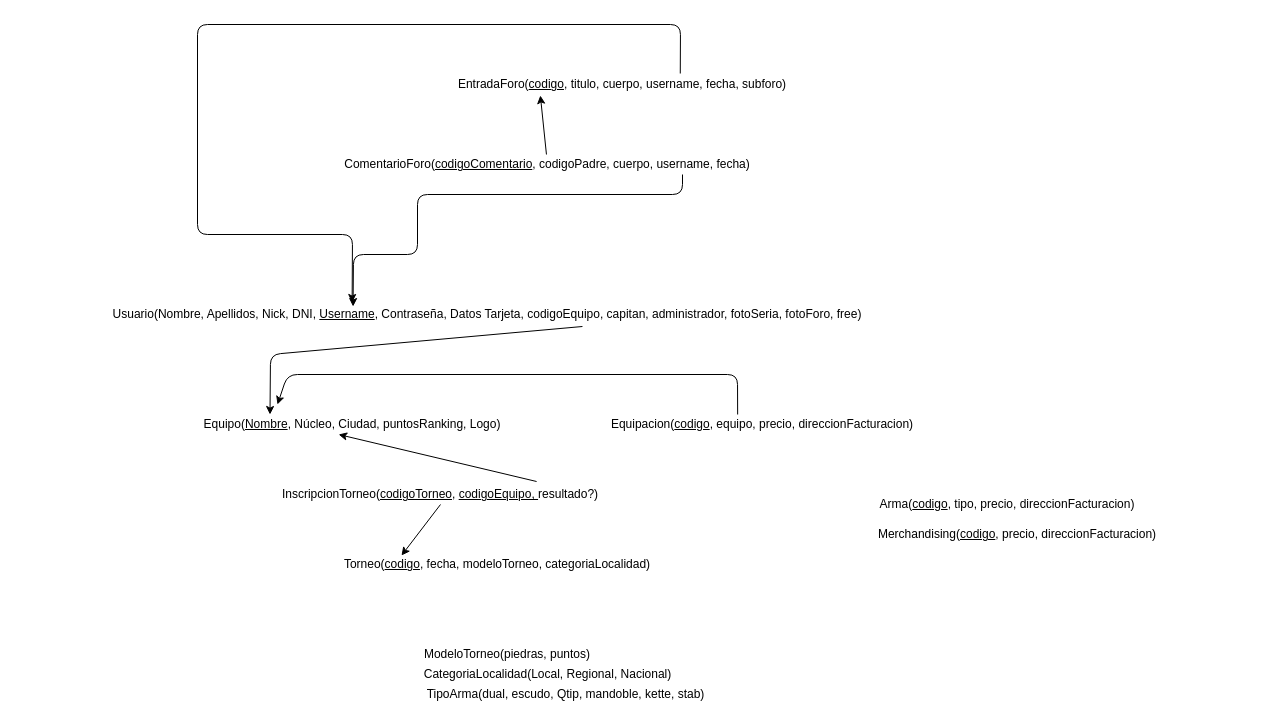
The draw.io diagram IngenieriaSoftware/jugger.drawio in HylianPablo/JuggerWebsite, before the edit. Source tidied: cells renumbered, new cells numbered last; positions are measured from the earlier drawing's top-left corner, leaving out a move shared by most shapes. Both pictures are drawn from the tidied source at 100%, with x=0, y=0 at pixel (17, 24).
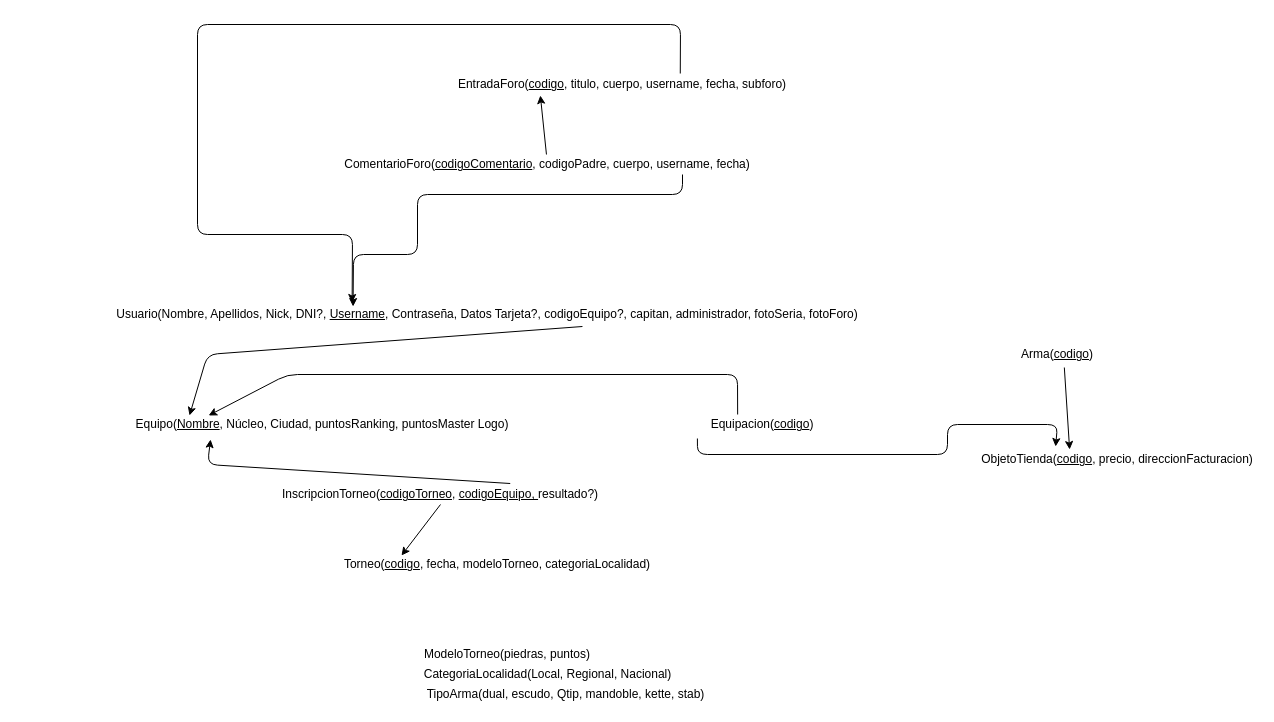
The same page after the edit.

Unchanged cells that the change refers to:
```xml
<mxCell id="11" value="InscripcionTorneo(&lt;u&gt;codigoTorneo&lt;/u&gt;, &lt;u&gt;codigoEquipo, &lt;/u&gt;resultado?)" style="text;html=1;strokeColor=none;fillColor=none;align=center;verticalAlign=middle;whiteSpace=wrap;rounded=0;" parent="1" vertex="1">
  <mxGeometry x="130" y="460" width="586" height="20" as="geometry" />
</mxCell>
```

Diff of the diagram source:
```diff
@@
-    <mxCell id="2" value="Usuario(Nombre, Apellidos, Nick, DNI, &lt;u&gt;Username&lt;/u&gt;, Contraseña, Datos Tarjeta, codigoEquipo, capitan, administrador, fotoSeria, fotoForo, free)" style="text;html=1;strokeColor=none;fillColor=none;align=center;verticalAlign=middle;whiteSpace=wrap;rounded=0;" parent="1" vertex="1">
+    <mxCell id="2" value="Usuario(Nombre, Apellidos, Nick, DNI?, &lt;u&gt;Username&lt;/u&gt;, Contraseña, Datos Tarjeta?, codigoEquipo?, capitan, administrador, fotoSeria, fotoForo)" style="text;html=1;strokeColor=none;fillColor=none;align=center;verticalAlign=middle;whiteSpace=wrap;rounded=0;" parent="1" vertex="1">
       <mxGeometry y="280" width="940" height="20" as="geometry" />
     </mxCell>
-    <mxCell id="3" value="Equipo(&lt;u&gt;Nombre&lt;/u&gt;, Núcleo, Ciudad, puntosRanking, Logo)" style="text;html=1;strokeColor=none;fillColor=none;align=center;verticalAlign=middle;whiteSpace=wrap;rounded=0;" parent="1" vertex="1">
-      <mxGeometry x="170" y="390" width="330" height="20" as="geometry" />
+    <mxCell id="3" value="Equipo(&lt;u&gt;Nombre&lt;/u&gt;, Núcleo, Ciudad, puntosRanking, puntosMaster Logo)" style="text;html=1;strokeColor=none;fillColor=none;align=center;verticalAlign=middle;whiteSpace=wrap;rounded=0;" parent="1" vertex="1">
+      <mxGeometry x="110" y="390" width="390" height="20" as="geometry" />
     </mxCell>
@@
-    <mxCell id="10" style="endArrow=classic;html=1;exitX=0.601;exitY=1.1;exitDx=0;exitDy=0;exitPerimeter=0;entryX=0.25;entryY=0;entryDx=0;entryDy=0;" parent="1" edge="1" source="2" target="3">
+    <mxCell id="10" style="endArrow=classic;html=1;exitX=0.601;exitY=1.1;exitDx=0;exitDy=0;exitPerimeter=0;entryX=0.159;entryY=0.05;entryDx=0;entryDy=0;entryPerimeter=0;" parent="1" edge="1" source="2" target="3">
       <mxGeometry relative="1" as="geometry">
         <Array as="points">
-          <mxPoint x="253" y="330" />
+          <mxPoint x="190" y="330" />
         </Array>
       </mxGeometry>
     </mxCell>
@@
-    <mxCell id="12" style="endArrow=classic;html=1;exitX=0.664;exitY=-0.15;exitDx=0;exitDy=0;exitPerimeter=0;entryX=0.458;entryY=1;entryDx=0;entryDy=0;entryPerimeter=0;" parent="1" edge="1" source="11" target="3">
-      <mxGeometry relative="1" as="geometry" />
+    <mxCell id="12" style="endArrow=classic;html=1;exitX=0.619;exitY=-0.05;exitDx=0;exitDy=0;exitPerimeter=0;entryX=0.213;entryY=1.25;entryDx=0;entryDy=0;entryPerimeter=0;" parent="1" edge="1" source="11" target="3">
+      <mxGeometry relative="1" as="geometry">
+        <Array as="points">
+          <mxPoint x="190" y="440" />
+        </Array>
+      </mxGeometry>
     </mxCell>
@@
-    <mxCell id="16" value="Arma(&lt;u&gt;codigo&lt;/u&gt;, tipo, precio, direccionFacturacion)" style="text;html=1;strokeColor=none;fillColor=none;align=center;verticalAlign=middle;whiteSpace=wrap;rounded=0;" parent="1" vertex="1">
-      <mxGeometry x="810" y="470" width="360" height="20" as="geometry" />
+    <mxCell id="16" value="Arma(&lt;u&gt;codigo&lt;/u&gt;)" style="text;html=1;strokeColor=none;fillColor=none;align=center;verticalAlign=middle;whiteSpace=wrap;rounded=0;" parent="1" vertex="1">
+      <mxGeometry x="860" y="320" width="360" height="20" as="geometry" />
     </mxCell>
-    <mxCell id="17" value="Equipacion(&lt;u&gt;codigo&lt;/u&gt;, equipo, precio, direccionFacturacion)" style="text;html=1;strokeColor=none;fillColor=none;align=center;verticalAlign=middle;whiteSpace=wrap;rounded=0;" parent="1" vertex="1">
+    <mxCell id="17" value="Equipacion(&lt;u&gt;codigo&lt;/u&gt;)" style="text;html=1;strokeColor=none;fillColor=none;align=center;verticalAlign=middle;whiteSpace=wrap;rounded=0;" parent="1" vertex="1">
       <mxGeometry x="570" y="390" width="350" height="20" as="geometry" />
     </mxCell>
-    <mxCell id="18" value="Merchandising(&lt;u&gt;codigo&lt;/u&gt;, precio, direccionFacturacion)" style="text;html=1;strokeColor=none;fillColor=none;align=center;verticalAlign=middle;whiteSpace=wrap;rounded=0;" parent="1" vertex="1">
-      <mxGeometry x="850" y="500" width="300" height="20" as="geometry" />
-    </mxCell>
-    <mxCell id="19" style="endArrow=classic;html=1;exitX=0.429;exitY=0;exitDx=0;exitDy=0;exitPerimeter=0;" parent="1" edge="1" source="17">
+    <mxCell id="19" style="endArrow=classic;html=1;exitX=0.429;exitY=0;exitDx=0;exitDy=0;exitPerimeter=0;entryX=0.208;entryY=0.05;entryDx=0;entryDy=0;entryPerimeter=0;" parent="1" edge="1" source="17" target="3">
       <mxGeometry relative="1" as="geometry">
-        <mxPoint x="260" y="380" as="targetPoint" />
         <Array as="points">
           <mxPoint x="720" y="350" />
           <mxPoint x="270" y="350" />
         </Array>
       </mxGeometry>
     </mxCell>
@@
+    <mxCell id="21" value="ObjetoTienda(&lt;u&gt;codigo&lt;/u&gt;, precio, direccionFacturacion)" style="text;html=1;strokeColor=none;fillColor=none;align=center;verticalAlign=middle;whiteSpace=wrap;rounded=0;" parent="1" vertex="1">
+      <mxGeometry x="960" y="425" width="280" height="20" as="geometry" />
+    </mxCell>
+    <mxCell id="22" style="endArrow=classic;html=1;exitX=0.519;exitY=1.15;exitDx=0;exitDy=0;entryX=0.329;entryY=0;entryDx=0;entryDy=0;entryPerimeter=0;exitPerimeter=0;" parent="1" edge="1" source="16" target="21">
+      <mxGeometry relative="1" as="geometry" />
+    </mxCell>
+    <mxCell id="23" style="endArrow=classic;html=1;exitX=0.314;exitY=1.2;exitDx=0;exitDy=0;exitPerimeter=0;entryX=0.279;entryY=-0.15;entryDx=0;entryDy=0;entryPerimeter=0;" parent="1" edge="1" source="17" target="21">
+      <mxGeometry relative="1" as="geometry">
+        <Array as="points">
+          <mxPoint x="680" y="430" />
+          <mxPoint x="930" y="430" />
+          <mxPoint x="930" y="400" />
+          <mxPoint x="1040" y="400" />
+        </Array>
+      </mxGeometry>
+    </mxCell>
```
